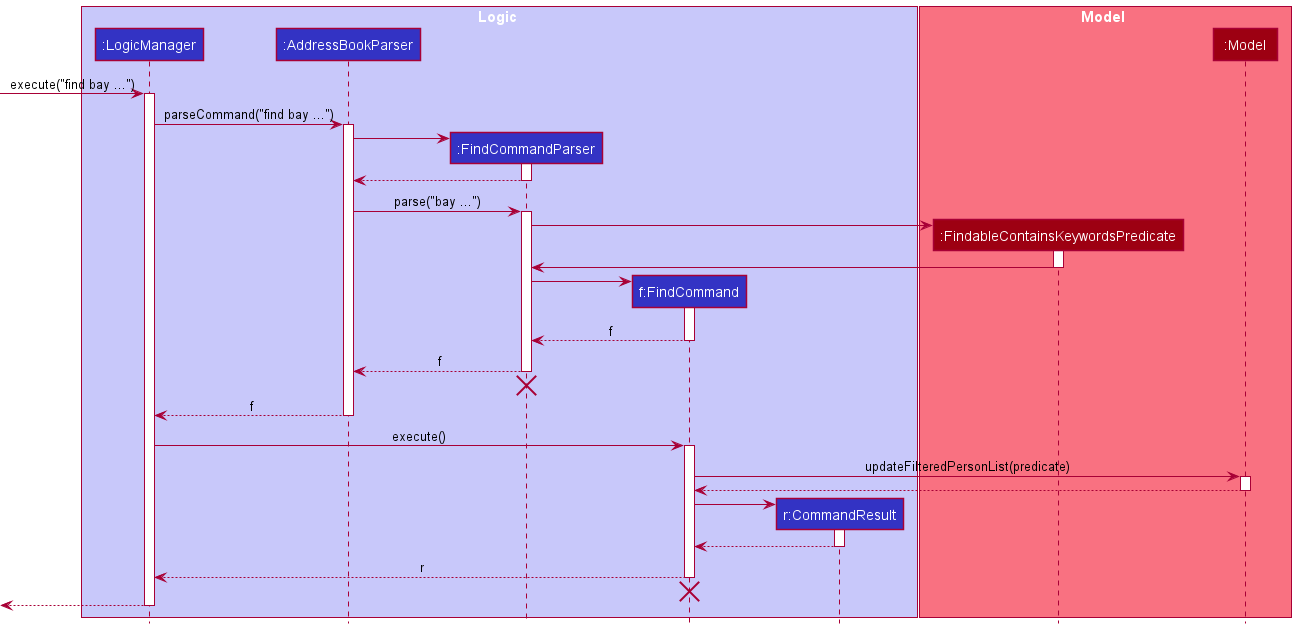
nus-cs2103-AY2122S1/tp keeps this PlantUML diagram as docs/images/FindSequenceDiagram.png. Above is the earlier version.
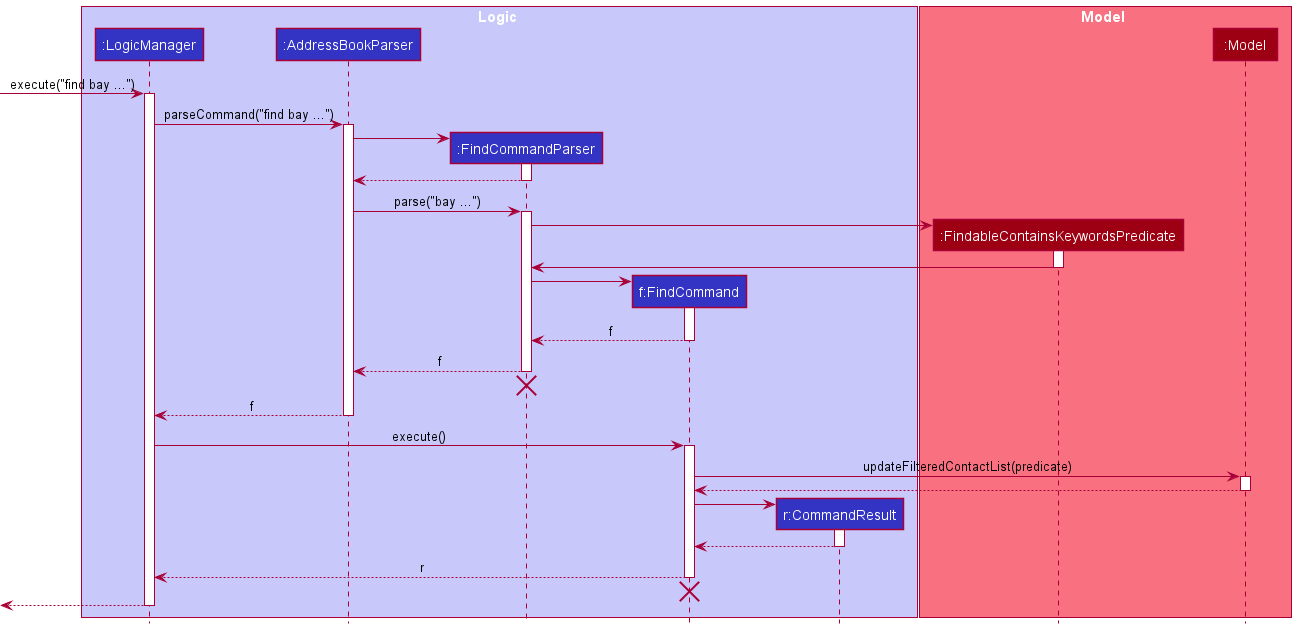
After the change.

Commit message:
Update diagrams of Find and Sort commands, add instructions for manual testing, add use cases

The edit, as a diff of the source:
```diff
@@ -54,7 +54,7 @@
 LogicManager -> FindCommand : execute()
 activate FindCommand
 
-FindCommand -> Model : updateFilteredPersonList(predicate)
+FindCommand -> Model : updateFilteredContactList(predicate)
 activate Model
 
 Model --> FindCommand
```
